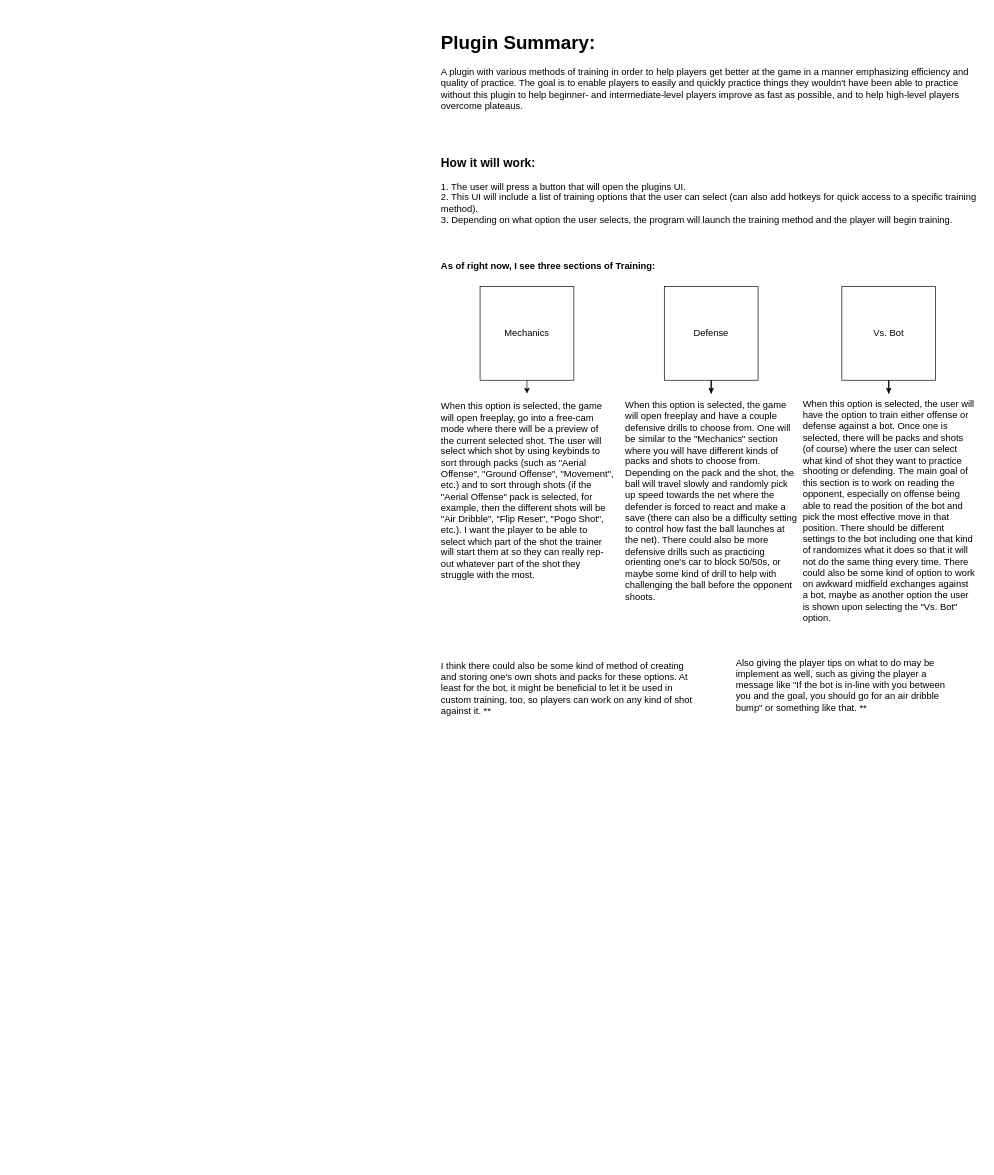
The draw.io diagram RLTrainingHub.drawio in 4J44J4/RLTrainingHub, before the edit. Source tidied: cells renumbered, new cells numbered last; positions are measured from the earlier drawing's top-left corner, leaving out a move shared by most shapes. Both pictures are drawn from the tidied source at 67%, with x=0, y=0 at pixel (440, 11).
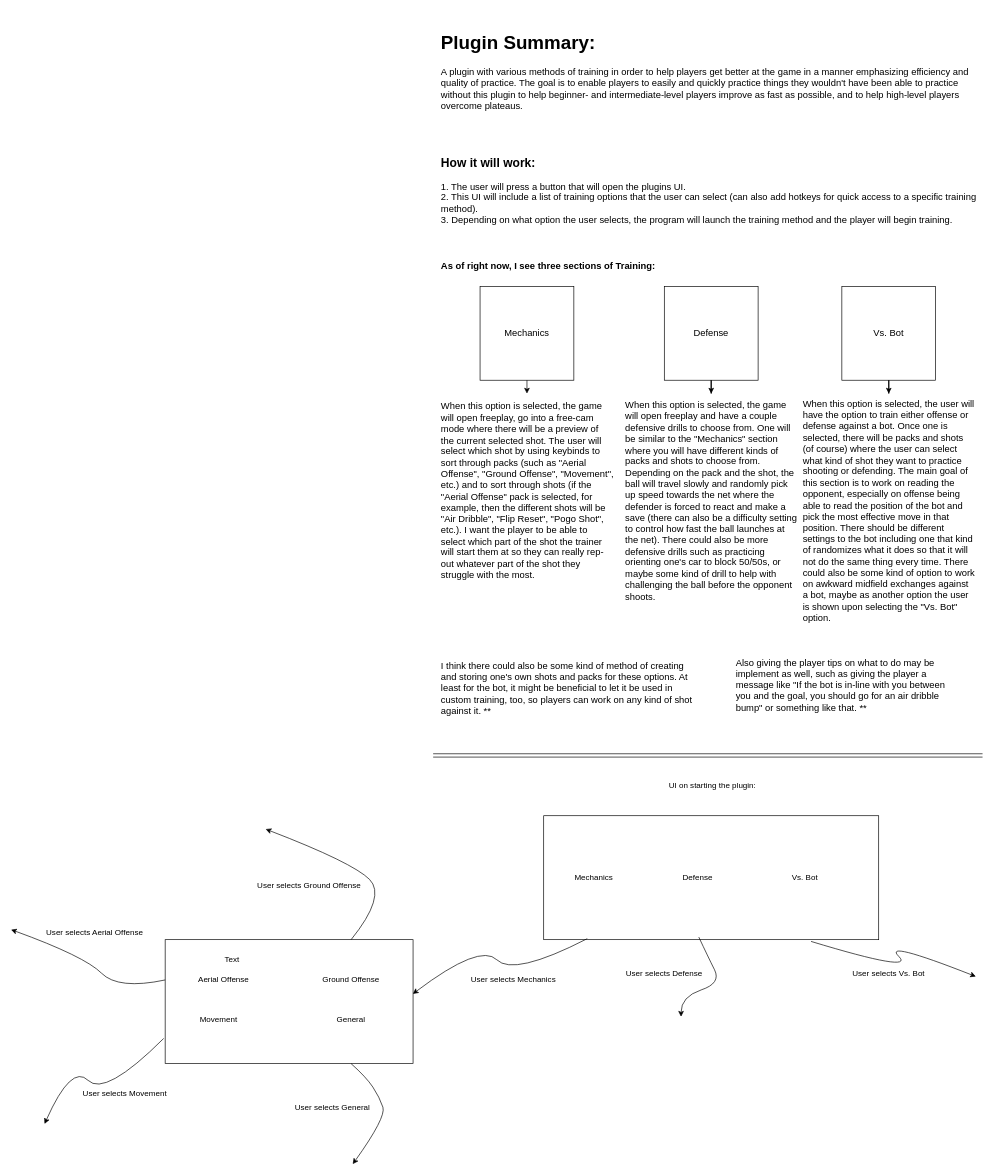
The same page after the edit.

What changed in the source:
```diff
@@
+    <mxCell id="19" style="shape=link;html=1;rounded=0;width=5;" parent="1" edge="1">
+      <mxGeometry relative="1" as="geometry">
+        <mxPoint x="-10" y="1110" as="sourcePoint" />
+        <mxPoint x="810" y="1110" as="targetPoint" />
+      </mxGeometry>
+    </mxCell>
+    <mxCell id="20" value="UI on starting the plugin:" style="text;html=1;align=left;verticalAlign=middle;whiteSpace=wrap;rounded=0;" parent="1" vertex="1">
+      <mxGeometry x="340" y="1100" width="210" height="110" as="geometry" />
+    </mxCell>
+    <mxCell id="21" style="rounded=0;whiteSpace=wrap;html=1;" parent="1" vertex="1">
+      <mxGeometry x="155" y="1200" width="500" height="185" as="geometry" />
+    </mxCell>
+    <mxCell id="22" value="Mechanics" style="text;strokeColor=none;align=center;fillColor=none;html=1;verticalAlign=middle;whiteSpace=wrap;rounded=0;" parent="1" vertex="1">
+      <mxGeometry x="200" y="1277.5" width="60" height="30" as="geometry" />
+    </mxCell>
+    <mxCell id="23" value="Defense" style="text;strokeColor=none;align=center;fillColor=none;html=1;verticalAlign=middle;whiteSpace=wrap;rounded=0;" parent="1" vertex="1">
+      <mxGeometry x="355" y="1277.5" width="60" height="30" as="geometry" />
+    </mxCell>
+    <mxCell id="24" value="Vs. Bot" style="text;strokeColor=none;align=center;fillColor=none;html=1;verticalAlign=middle;whiteSpace=wrap;rounded=0;" parent="1" vertex="1">
+      <mxGeometry x="515" y="1277.5" width="60" height="30" as="geometry" />
+    </mxCell>
+    <mxCell id="25" style="curved=1;endArrow=classic;html=1;rounded=0;exitX=0.13;exitY=0.992;exitDx=0;exitDy=0;exitPerimeter=0;entryX=0.999;entryY=0.438;entryDx=0;entryDy=0;entryPerimeter=0;" parent="1" edge="1" source="21" target="31">
+      <mxGeometry relative="1" as="geometry">
+        <Array as="points">
+          <mxPoint x="110" y="1440" />
+          <mxPoint x="60" y="1390" />
+        </Array>
+      </mxGeometry>
+    </mxCell>
+    <mxCell id="26" value="User selects Mechanics" style="text;strokeColor=none;align=center;fillColor=none;html=1;verticalAlign=middle;whiteSpace=wrap;rounded=0;" parent="1" vertex="1">
+      <mxGeometry x="40" y="1430" width="140" height="30" as="geometry" />
+    </mxCell>
+    <mxCell id="27" style="curved=1;endArrow=classic;html=1;rounded=0;exitX=0.798;exitY=1.014;exitDx=0;exitDy=0;exitPerimeter=0;" parent="1" edge="1" source="21">
+      <mxGeometry relative="1" as="geometry">
+        <mxPoint x="800" y="1440" as="targetPoint" />
+        <Array as="points">
+          <mxPoint x="710" y="1435" />
+          <mxPoint x="660" y="1385" />
+        </Array>
+      </mxGeometry>
+    </mxCell>
+    <mxCell id="28" value="User selects Vs. Bot" style="text;strokeColor=none;align=center;fillColor=none;html=1;verticalAlign=middle;whiteSpace=wrap;rounded=0;" parent="1" vertex="1">
+      <mxGeometry x="600" y="1420" width="140" height="30" as="geometry" />
+    </mxCell>
+    <mxCell id="29" value="User selects Defense" style="text;strokeColor=none;align=center;fillColor=none;html=1;verticalAlign=middle;whiteSpace=wrap;rounded=0;" parent="1" vertex="1">
+      <mxGeometry x="255" y="1420" width="160" height="30" as="geometry" />
+    </mxCell>
+    <mxCell id="30" style="curved=1;endArrow=classic;html=1;rounded=0;exitX=0.463;exitY=0.979;exitDx=0;exitDy=0;exitPerimeter=0;" parent="1" edge="1" source="21">
+      <mxGeometry relative="1" as="geometry">
+        <mxPoint x="360" y="1500" as="targetPoint" />
+        <Array as="points">
+          <mxPoint x="400" y="1410" />
+          <mxPoint x="420" y="1450" />
+          <mxPoint x="360" y="1470" />
+        </Array>
+      </mxGeometry>
+    </mxCell>
+    <mxCell id="31" style="rounded=0;whiteSpace=wrap;html=1;" parent="1" vertex="1">
+      <mxGeometry x="-410" y="1385" width="370" height="185" as="geometry" />
+    </mxCell>
+    <mxCell id="32" value="Movement" style="text;strokeColor=none;align=center;fillColor=none;html=1;verticalAlign=middle;whiteSpace=wrap;rounded=0;" parent="1" vertex="1">
+      <mxGeometry x="-360" y="1490" width="60" height="30" as="geometry" />
+    </mxCell>
+    <mxCell id="33" value="Aerial Offense" style="text;strokeColor=none;align=center;fillColor=none;html=1;verticalAlign=middle;whiteSpace=wrap;rounded=0;" parent="1" vertex="1">
+      <mxGeometry x="-370" y="1430" width="95" height="30" as="geometry" />
+    </mxCell>
+    <mxCell id="34" value="Ground Offense" style="text;strokeColor=none;align=center;fillColor=none;html=1;verticalAlign=middle;whiteSpace=wrap;rounded=0;" parent="1" vertex="1">
+      <mxGeometry x="-180" y="1430" width="95" height="30" as="geometry" />
+    </mxCell>
+    <mxCell id="35" value="General" style="text;strokeColor=none;align=center;fillColor=none;html=1;verticalAlign=middle;whiteSpace=wrap;rounded=0;" parent="1" vertex="1">
+      <mxGeometry x="-180" y="1490" width="95" height="30" as="geometry" />
+    </mxCell>
+    <mxCell id="36" style="curved=1;endArrow=classic;html=1;rounded=0;exitX=0;exitY=0.325;exitDx=0;exitDy=0;exitPerimeter=0;" parent="1" edge="1" source="31">
+      <mxGeometry relative="1" as="geometry">
+        <mxPoint x="-640" y="1370" as="targetPoint" />
+        <Array as="points">
+          <mxPoint x="-480" y="1460" />
+          <mxPoint x="-530" y="1410" />
+        </Array>
+      </mxGeometry>
+    </mxCell>
+    <mxCell id="37" style="curved=1;endArrow=classic;html=1;rounded=0;exitX=-0.006;exitY=0.797;exitDx=0;exitDy=0;exitPerimeter=0;" parent="1" edge="1" source="31">
+      <mxGeometry relative="1" as="geometry">
+        <mxPoint x="-590" y="1660" as="targetPoint" />
+        <Array as="points">
+          <mxPoint x="-500" y="1620" />
+          <mxPoint x="-550" y="1570" />
+        </Array>
+      </mxGeometry>
+    </mxCell>
+    <mxCell id="38" style="curved=1;endArrow=classic;html=1;rounded=0;exitX=0.75;exitY=0;exitDx=0;exitDy=0;" parent="1" edge="1" source="31">
+      <mxGeometry relative="1" as="geometry">
+        <mxPoint x="-260" y="1220" as="targetPoint" />
+        <Array as="points">
+          <mxPoint x="-80" y="1320" />
+          <mxPoint x="-130" y="1270" />
+        </Array>
+      </mxGeometry>
+    </mxCell>
+    <mxCell id="39" style="curved=1;endArrow=classic;html=1;rounded=0;exitX=0.75;exitY=1;exitDx=0;exitDy=0;" parent="1" edge="1" source="31">
+      <mxGeometry relative="1" as="geometry">
+        <mxPoint x="-130" y="1720" as="targetPoint" />
+        <Array as="points">
+          <mxPoint x="-110" y="1590" />
+          <mxPoint x="-90" y="1620" />
+          <mxPoint x="-80" y="1650" />
+        </Array>
+      </mxGeometry>
+    </mxCell>
+    <mxCell id="40" value="User selects General" style="text;strokeColor=none;align=center;fillColor=none;html=1;verticalAlign=middle;whiteSpace=wrap;rounded=0;" parent="1" vertex="1">
+      <mxGeometry x="-230" y="1620" width="140" height="30" as="geometry" />
+    </mxCell>
+    <mxCell id="41" value="User selects Ground Offense" style="text;strokeColor=none;align=center;fillColor=none;html=1;verticalAlign=middle;whiteSpace=wrap;rounded=0;" parent="1" vertex="1">
+      <mxGeometry x="-280" y="1290" width="170" height="30" as="geometry" />
+    </mxCell>
+    <mxCell id="42" value="User selects Aerial Offense" style="text;strokeColor=none;align=center;fillColor=none;html=1;verticalAlign=middle;whiteSpace=wrap;rounded=0;" parent="1" vertex="1">
+      <mxGeometry x="-590" y="1360" width="150" height="30" as="geometry" />
+    </mxCell>
+    <mxCell id="43" value="User selects Movement" style="text;strokeColor=none;align=center;fillColor=none;html=1;verticalAlign=middle;whiteSpace=wrap;rounded=0;" parent="1" vertex="1">
+      <mxGeometry x="-540" y="1600" width="140" height="30" as="geometry" />
+    </mxCell>
+    <mxCell id="44" value="Text" style="text;strokeColor=none;align=center;fillColor=none;html=1;verticalAlign=middle;whiteSpace=wrap;rounded=0;" parent="1" vertex="1">
+      <mxGeometry x="-340" y="1400" width="60" height="30" as="geometry" />
+    </mxCell>
```
